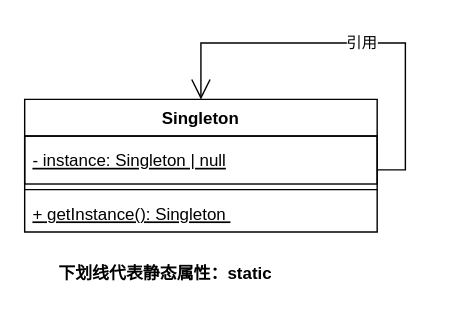
The draw.io diagram docs/8.编程思想/设计模式/创建型模式/assets/drowio/singleton.drawio in heisming/heisming-wiki, before the edit. Source tidied: cells renumbered, new cells numbered last; positions are measured from the earlier drawing's top-left corner, leaving out a move shared by most shapes. Both pictures are drawn from the tidied source at 141%, with x=0, y=0 at pixel (24, 42).
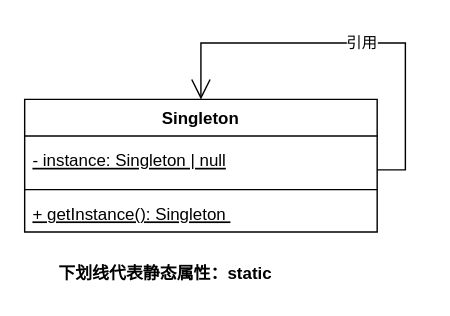
The same page after the edit.

Change to the diagram source:
```diff
@@
 <mxGraphModel>
   <root>
     <mxCell id="0" />
     <mxCell id="1" parent="0" />
     <mxCell id="2" value="Singleton" style="swimlane;fontStyle=1;align=center;verticalAlign=top;horizontal=1;startSize=26;" parent="1" vertex="1">
       <mxGeometry y="40" width="250" height="94" as="geometry" />
     </mxCell>
-    <mxCell id="3" value="- instance: Singleton | null" style="text;strokeColor=#000000;fillColor=none;align=left;verticalAlign=middle;spacingLeft=4;spacingRight=4;overflow=hidden;fontStyle=4;" parent="2" vertex="1">
+    <mxCell id="3" value="- instance: Singleton | null" style="text;align=left;verticalAlign=middle;spacingLeft=4;spacingRight=4;overflow=hidden;fontStyle=4;" parent="2" vertex="1">
       <mxGeometry y="26" width="250" height="34" as="geometry" />
     </mxCell>
     <mxCell id="4" style="line;strokeWidth=1;fillColor=none;align=left;verticalAlign=middle;spacingTop=-1;spacingLeft=3;spacingRight=3;labelPosition=right;strokeColor=inherit;" parent="2" vertex="1">
       <mxGeometry y="60" width="250" height="8" as="geometry" />
     </mxCell>
     <mxCell id="5" value="+ getInstance(): Singleton " style="text;strokeColor=none;fillColor=none;align=left;verticalAlign=top;spacingLeft=4;spacingRight=4;overflow=hidden;fontStyle=4;" parent="2" vertex="1">
       <mxGeometry y="68" width="250" height="26" as="geometry" />
     </mxCell>
     <mxCell id="6" style="endArrow=open;endFill=1;endSize=12;html=1;rounded=0;entryX=0.5;entryY=0;entryDx=0;entryDy=0;" parent="1" edge="1" target="2">
       <mxGeometry relative="1" as="geometry">
         <mxPoint x="250" y="90" as="sourcePoint" />
         <Array as="points">
           <mxPoint x="270" y="90" />
           <mxPoint x="270" />
           <mxPoint x="125" />
         </Array>
       </mxGeometry>
     </mxCell>
     <mxCell id="7" value="引用" style="edgeLabel;html=1;align=center;verticalAlign=middle;" parent="6" vertex="1">
       <mxGeometry x="-0.04" y="-1" relative="1" as="geometry" />
     </mxCell>
     <mxCell id="8" value="下划线代表静态属性：static" style="text;align=center;fontStyle=1;verticalAlign=middle;spacingLeft=3;spacingRight=3;strokeColor=none;" parent="1" vertex="1">
       <mxGeometry x="60" y="150" width="80" height="26" as="geometry" />
     </mxCell>
   </root>
 </mxGraphModel>
```
